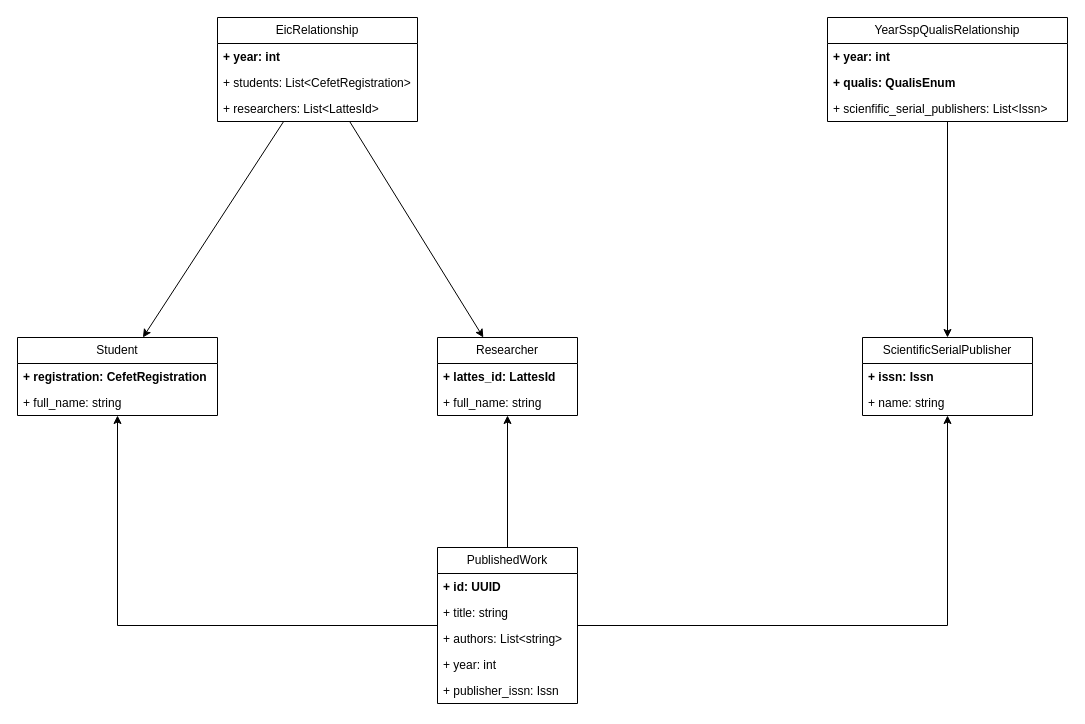
Earlier version of the draw.io diagram page "Data" (1 of 3) of docs/diagrams.drawio (dd2t/pondoc). Source tidied: cells renumbered, new cells numbered last; positions are measured from the earlier drawing's top-left corner, leaving out a move shared by most shapes. Both pictures are drawn from the tidied source at 100%, with x=0, y=0 at pixel (17, 17).
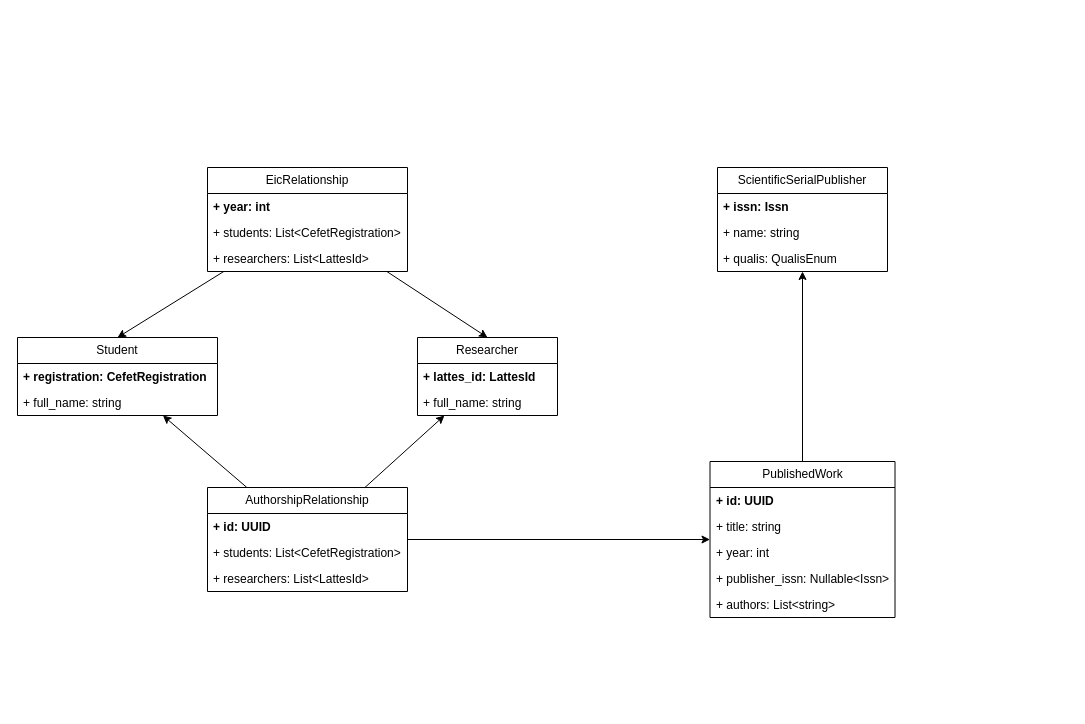
The same diagram, later.

Unchanged cells that the change refers to:
```xml
<mxCell id="2" value="Student" style="swimlane;fontStyle=0;horizontal=1;startSize=26;fillColor=none;whiteSpace=wrap;html=1;" parent="1" vertex="1">
  <mxGeometry y="320" width="200" height="78" as="geometry" />
</mxCell>
```

Diff of the diagram source:
```diff
@@
     <mxCell id="5" value="Researcher" style="swimlane;fontStyle=0;horizontal=1;startSize=26;fillColor=none;whiteSpace=wrap;html=1;" parent="1" vertex="1">
-      <mxGeometry x="420" y="320" width="140" height="78" as="geometry" />
+      <mxGeometry x="400" y="320" width="140" height="78" as="geometry" />
     </mxCell>
@@
     <mxCell id="8" value="ScientificSerialPublisher" style="swimlane;fontStyle=0;horizontal=1;startSize=26;fillColor=none;whiteSpace=wrap;html=1;" parent="1" vertex="1">
-      <mxGeometry x="845" y="320" width="170" height="78" as="geometry" />
+      <mxGeometry x="700" y="150" width="170" height="104" as="geometry" />
     </mxCell>
@@
+    <mxCell id="20" value="+ qualis: QualisEnum" style="text;strokeColor=none;fillColor=none;align=left;verticalAlign=top;spacingLeft=4;spacingRight=4;overflow=hidden;whiteSpace=wrap;html=1;" parent="8" vertex="1">
+      <mxGeometry y="78" width="170" height="26" as="geometry" />
+    </mxCell>
-    <mxCell id="11" style="rounded=0;jettySize=auto;html=1;" parent="1" edge="1" source="13" target="5">
+    <mxCell id="11" style="rounded=0;jettySize=auto;html=1;entryX=0.5;entryY=0;entryDx=0;entryDy=0;" parent="1" edge="1" source="13" target="5">
       <mxGeometry relative="1" as="geometry" />
     </mxCell>
-    <mxCell id="12" style="rounded=0;jettySize=auto;html=1;" parent="1" edge="1" source="13" target="2">
+    <mxCell id="12" style="rounded=0;jettySize=auto;html=1;entryX=0.5;entryY=0;entryDx=0;entryDy=0;" parent="1" edge="1" source="13" target="2">
       <mxGeometry relative="1" as="geometry" />
     </mxCell>
     <mxCell id="13" value="EicRelationship" style="swimlane;fontStyle=0;horizontal=1;startSize=26;fillColor=none;whiteSpace=wrap;html=1;" parent="1" vertex="1">
-      <mxGeometry x="200" width="200" height="104" as="geometry" />
+      <mxGeometry x="190" y="150" width="200" height="104" as="geometry" />
     </mxCell>
@@
-    <mxCell id="17" style="rounded=0;jettySize=auto;html=1;" parent="1" edge="1" source="18" target="8">
-      <mxGeometry relative="1" as="geometry" />
-    </mxCell>
-    <mxCell id="18" value="YearSspQualisRelationship" style="swimlane;fontStyle=0;horizontal=1;startSize=26;fillColor=none;whiteSpace=wrap;html=1;" parent="1" vertex="1">
-      <mxGeometry x="810" width="240" height="104" as="geometry" />
-    </mxCell>
-    <mxCell id="19" value="&lt;b&gt;+ year: int&lt;/b&gt;" style="text;strokeColor=none;fillColor=none;align=left;verticalAlign=top;spacingLeft=4;spacingRight=4;overflow=hidden;whiteSpace=wrap;html=1;" parent="18" vertex="1">
-      <mxGeometry y="26" width="240" height="26" as="geometry" />
-    </mxCell>
-    <mxCell id="20" value="+ qualis: QualisEnum" style="text;strokeColor=none;fillColor=none;align=left;verticalAlign=top;spacingLeft=4;spacingRight=4;overflow=hidden;whiteSpace=wrap;html=1;fontStyle=1;" parent="18" vertex="1">
-      <mxGeometry y="52" width="240" height="26" as="geometry" />
-    </mxCell>
-    <mxCell id="21" value="+ scienfific_serial_publishers: List&amp;lt;Issn&amp;gt;" style="text;strokeColor=none;fillColor=none;align=left;verticalAlign=top;spacingLeft=4;spacingRight=4;overflow=hidden;whiteSpace=wrap;html=1;" parent="18" vertex="1">
-      <mxGeometry y="78" width="240" height="26" as="geometry" />
-    </mxCell>
-    <mxCell id="22" style="edgeStyle=orthogonalEdgeStyle;rounded=0;jettySize=auto;html=1;" parent="1" edge="1" source="25" target="2">
-      <mxGeometry relative="1" as="geometry" />
-    </mxCell>
-    <mxCell id="23" style="edgeStyle=orthogonalEdgeStyle;rounded=0;jettySize=auto;html=1;" parent="1" edge="1" source="25" target="5">
-      <mxGeometry relative="1" as="geometry" />
-    </mxCell>
-    <mxCell id="24" style="edgeStyle=orthogonalEdgeStyle;rounded=0;jettySize=auto;html=1;" parent="1" edge="1" source="25" target="8">
+    <mxCell id="24" style="rounded=0;jettySize=auto;html=1;exitX=0.5;exitY=0;exitDx=0;exitDy=0;" parent="1" edge="1" source="25" target="8">
       <mxGeometry relative="1" as="geometry" />
     </mxCell>
     <mxCell id="25" value="PublishedWork" style="swimlane;fontStyle=0;horizontal=1;startSize=26;fillColor=none;whiteSpace=wrap;html=1;" parent="1" vertex="1">
-      <mxGeometry x="420" y="530" width="140" height="156" as="geometry" />
+      <mxGeometry x="692.5" y="444" width="185" height="156" as="geometry" />
     </mxCell>
     <mxCell id="26" value="&lt;b&gt;+ id: UUID&lt;/b&gt;" style="text;strokeColor=none;fillColor=none;align=left;verticalAlign=top;spacingLeft=4;spacingRight=4;overflow=hidden;whiteSpace=wrap;html=1;" parent="25" vertex="1">
-      <mxGeometry y="26" width="140" height="26" as="geometry" />
+      <mxGeometry y="26" width="185" height="26" as="geometry" />
     </mxCell>
     <mxCell id="27" value="+ title: string" style="text;strokeColor=none;fillColor=none;align=left;verticalAlign=top;spacingLeft=4;spacingRight=4;overflow=hidden;whiteSpace=wrap;html=1;" parent="25" vertex="1">
-      <mxGeometry y="52" width="140" height="26" as="geometry" />
+      <mxGeometry y="52" width="185" height="26" as="geometry" />
     </mxCell>
-    <mxCell id="28" value="+ authors: List&amp;lt;string&amp;gt;" style="text;strokeColor=none;fillColor=none;align=left;verticalAlign=top;spacingLeft=4;spacingRight=4;overflow=hidden;whiteSpace=wrap;html=1;" parent="25" vertex="1">
-      <mxGeometry y="78" width="140" height="26" as="geometry" />
-    </mxCell>
     <mxCell id="29" value="+ year: int" style="text;strokeColor=none;fillColor=none;align=left;verticalAlign=top;spacingLeft=4;spacingRight=4;overflow=hidden;whiteSpace=wrap;html=1;" parent="25" vertex="1">
-      <mxGeometry y="104" width="140" height="26" as="geometry" />
+      <mxGeometry y="78" width="185" height="26" as="geometry" />
     </mxCell>
-    <mxCell id="30" value="+ publisher_issn: Issn" style="text;strokeColor=none;fillColor=none;align=left;verticalAlign=top;spacingLeft=4;spacingRight=4;overflow=hidden;whiteSpace=wrap;html=1;" parent="25" vertex="1">
-      <mxGeometry y="130" width="140" height="26" as="geometry" />
+    <mxCell id="30" value="+ publisher_issn: Nullable&amp;lt;Issn&amp;gt;" style="text;strokeColor=none;fillColor=none;align=left;verticalAlign=top;spacingLeft=4;spacingRight=4;overflow=hidden;whiteSpace=wrap;html=1;" parent="25" vertex="1">
+      <mxGeometry y="104" width="185" height="26" as="geometry" />
     </mxCell>
+    <mxCell id="28" value="+ authors: List&amp;lt;string&amp;gt;" style="text;strokeColor=none;fillColor=none;align=left;verticalAlign=top;spacingLeft=4;spacingRight=4;overflow=hidden;whiteSpace=wrap;html=1;" parent="25" vertex="1">
+      <mxGeometry y="130" width="185" height="26" as="geometry" />
+    </mxCell>
+    <mxCell id="31" style="rounded=0;jettySize=auto;html=1;" parent="1" edge="1" source="34" target="2">
+      <mxGeometry relative="1" as="geometry" />
+    </mxCell>
+    <mxCell id="32" style="rounded=0;jettySize=auto;html=1;" parent="1" edge="1" source="34" target="5">
+      <mxGeometry relative="1" as="geometry" />
+    </mxCell>
+    <mxCell id="33" style="rounded=0;jettySize=auto;html=1;" parent="1" edge="1" source="34" target="25">
+      <mxGeometry relative="1" as="geometry" />
+    </mxCell>
+    <mxCell id="34" value="AuthorshipRelationship" style="swimlane;fontStyle=0;horizontal=1;startSize=26;fillColor=none;whiteSpace=wrap;html=1;" parent="1" vertex="1">
+      <mxGeometry x="190" y="470" width="200" height="104" as="geometry" />
+    </mxCell>
+    <mxCell id="35" value="&lt;b&gt;+ id: UUID&lt;/b&gt;" style="text;strokeColor=none;fillColor=none;align=left;verticalAlign=top;spacingLeft=4;spacingRight=4;overflow=hidden;whiteSpace=wrap;html=1;" parent="34" vertex="1">
+      <mxGeometry y="26" width="200" height="26" as="geometry" />
+    </mxCell>
+    <mxCell id="36" value="+ students: List&amp;lt;CefetRegistration&amp;gt;" style="text;strokeColor=none;fillColor=none;align=left;verticalAlign=top;spacingLeft=4;spacingRight=4;overflow=hidden;whiteSpace=wrap;html=1;" parent="34" vertex="1">
+      <mxGeometry y="52" width="200" height="26" as="geometry" />
+    </mxCell>
+    <mxCell id="37" value="+ researchers: List&amp;lt;LattesId&amp;gt;" style="text;strokeColor=none;fillColor=none;align=left;verticalAlign=top;spacingLeft=4;spacingRight=4;overflow=hidden;whiteSpace=wrap;html=1;" parent="34" vertex="1">
+      <mxGeometry y="78" width="200" height="26" as="geometry" />
+    </mxCell>
```
